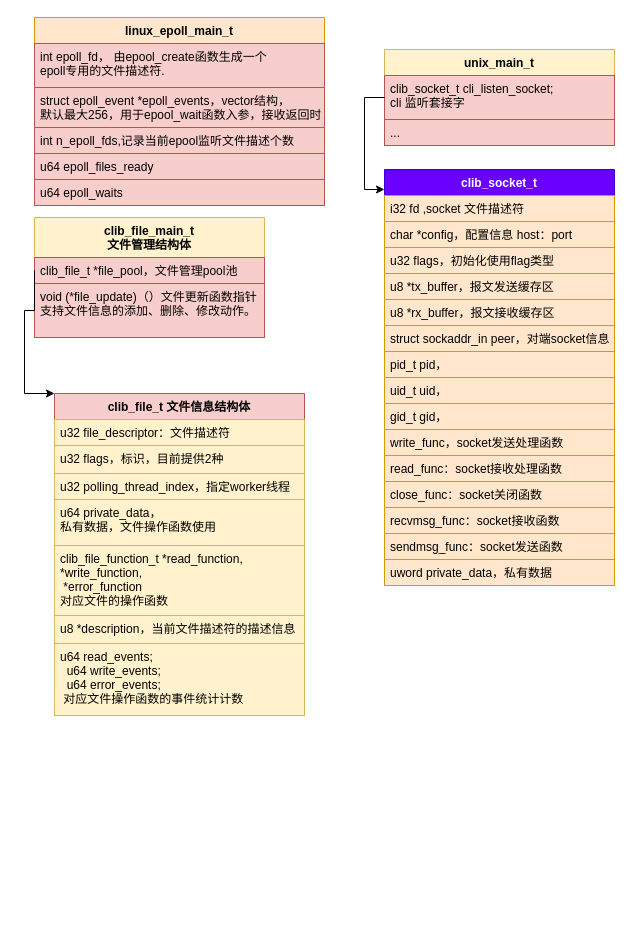
Before: new_map/vppinfra_socket.drawio in jin13417/dpdk-vpp-learning, a draw.io diagram. Source tidied: cells renumbered, new cells numbered last; positions are measured from the earlier drawing's top-left corner, leaving out a move shared by most shapes. Both pictures are drawn from the tidied source at 100%, with x=0, y=0 at pixel (24, 17).
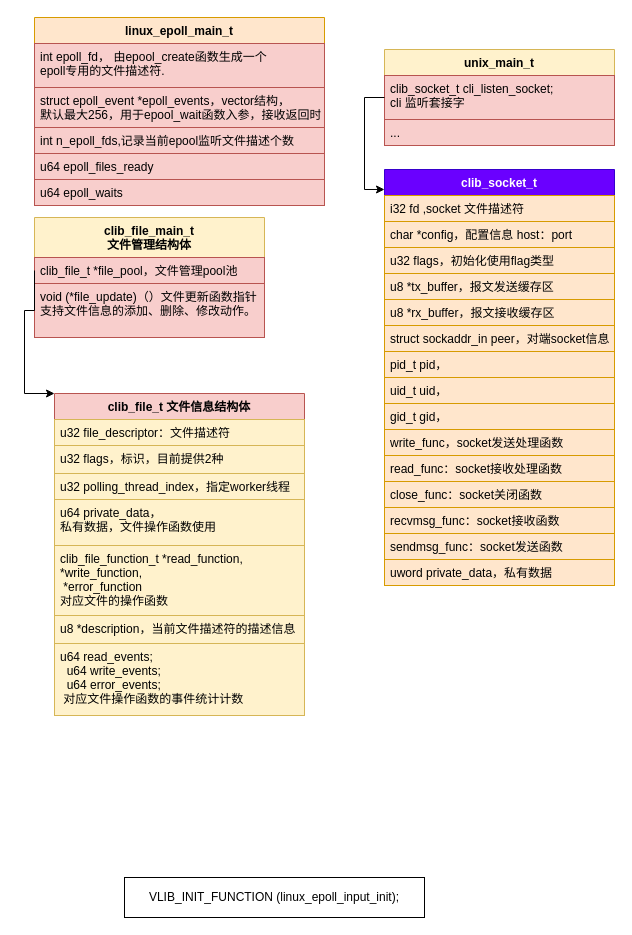
Above is the later version.

What changed in the source:
```diff
@@
+    <mxCell id="40" value="VLIB_INIT_FUNCTION (linux_epoll_input_init);" style="rounded=0;whiteSpace=wrap;html=1;strokeColor=#000000;" parent="1" vertex="1">
+      <mxGeometry x="100" y="860" width="300" height="40" as="geometry" />
+    </mxCell>
```
